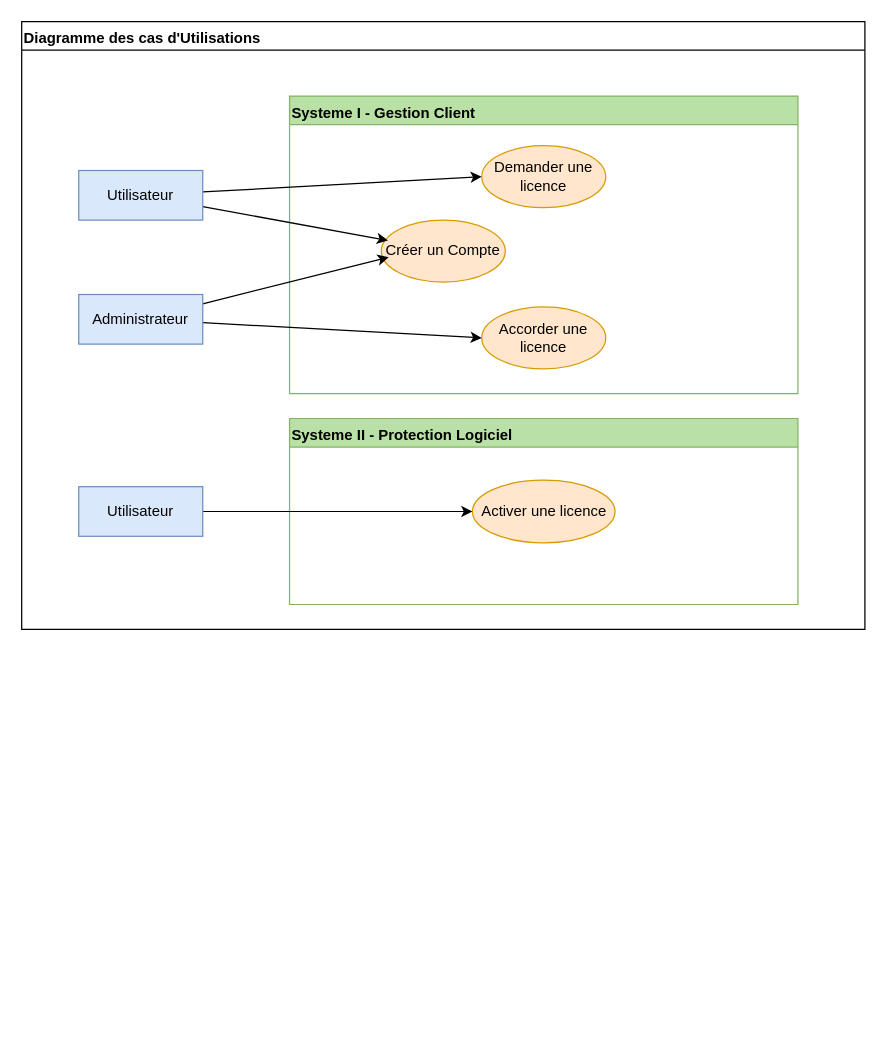
Earlier version of the draw.io diagram STB/main/drawio/Util.drawio (AlexisOsmont/Protection_et_gestion_des_licences). Source tidied: cells renumbered, new cells numbered last; positions are measured from the earlier drawing's top-left corner, leaving out a move shared by most shapes. Both pictures are drawn from the tidied source at 124%, with x=0, y=0 at pixel (21, 21).
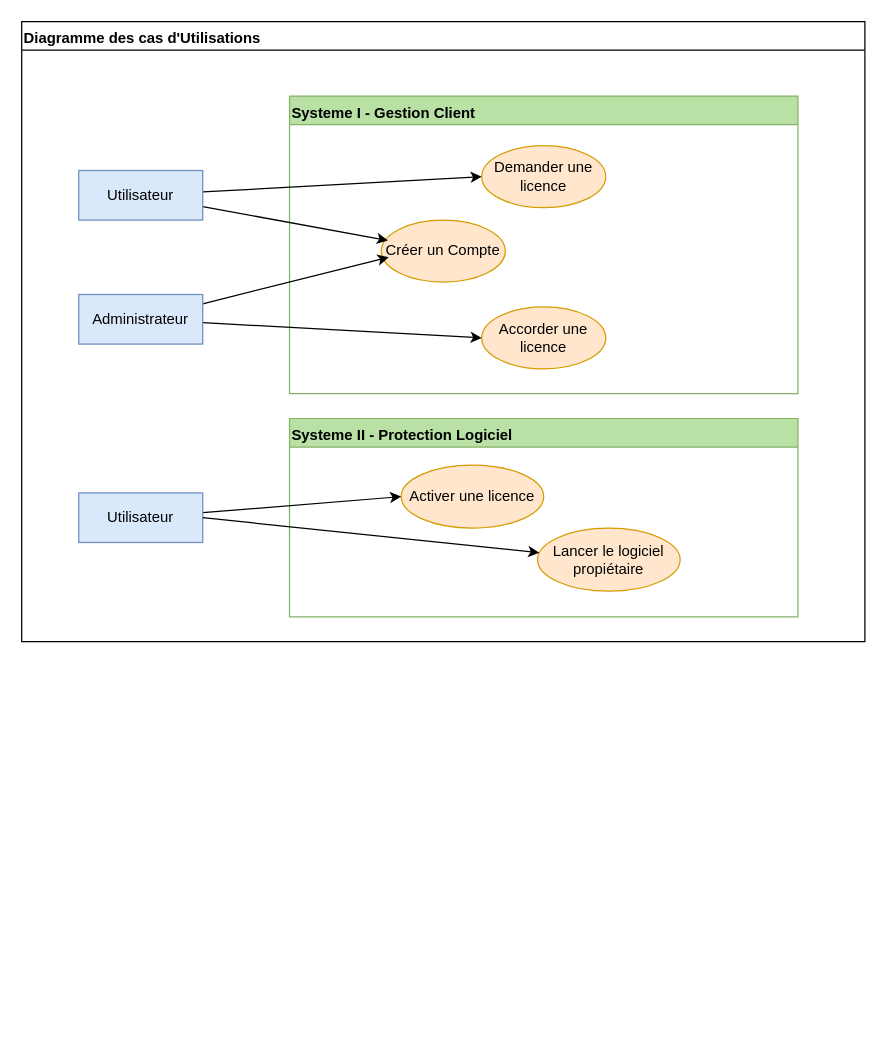
The same page after the edit.

The change refers to these unchanged cells:
```xml
<mxCell id="2" style="group;" parent="1" vertex="1">
  <mxGeometry width="680" height="810" as="geometry" />
</mxCell>
```

Diff of the diagram source:
```diff
@@
     <mxCell id="3" value="Diagramme des cas d'Utilisations " style="swimlane;verticalAlign=top;startSize=23;align=left;rounded=0;" parent="2" vertex="1">
-      <mxGeometry width="680" height="490" as="geometry" />
+      <mxGeometry width="680" height="500" as="geometry" />
     </mxCell>
     <mxCell id="4" style="group;" parent="3" vertex="1">
-      <mxGeometry x="216" y="320" width="410" height="150" as="geometry" />
+      <mxGeometry x="216" y="320" width="410" height="160" as="geometry" />
     </mxCell>
     <mxCell id="5" value="Systeme II - Protection Logiciel" style="swimlane;verticalAlign=top;startSize=23;align=left;rounded=0;fillColor=#B9E0A5;strokeColor=#82B366;swimlaneFillColor=none;" parent="4" vertex="1">
-      <mxGeometry width="410" height="150" as="geometry" />
+      <mxGeometry width="410" height="160" as="geometry" />
     </mxCell>
     <mxCell id="6" value="Activer une licence" style="ellipse;whiteSpace=wrap;html=1;fontSize=12;strokeColor=#d79b00;fillColor=#ffe6cc;" parent="5" vertex="1">
-      <mxGeometry x="147.5" y="49.7" width="115" height="50.6" as="geometry" />
+      <mxGeometry x="90" y="37.6" width="115" height="50.8" as="geometry" />
     </mxCell>
+    <mxCell id="20" value="&lt;div&gt;Lancer le logiciel&lt;/div&gt;&lt;div&gt;propiétaire&lt;br&gt;&lt;/div&gt;" style="ellipse;whiteSpace=wrap;html=1;fontSize=12;strokeColor=#d79b00;fillColor=#ffe6cc;" parent="5" vertex="1">
+      <mxGeometry x="200" y="88.5" width="115" height="50.8" as="geometry" />
+    </mxCell>
@@
     <mxCell id="19" value="Utilisateur" style="whiteSpace=wrap;html=1;shadow=0;fontSize=12;fillColor=#dae8fc;strokeColor=#6c8ebf;rounded=0;" parent="3" vertex="1">
-      <mxGeometry x="46" y="375" width="100" height="40" as="geometry" />
+      <mxGeometry x="46" y="380" width="100" height="40" as="geometry" />
     </mxCell>
+    <mxCell id="21" style="endArrow=classic;html=1;rounded=0;exitX=1;exitY=0.5;exitDx=0;exitDy=0;" parent="3" edge="1" source="19" target="20">
+      <mxGeometry relative="1" as="geometry" />
+    </mxCell>
```
